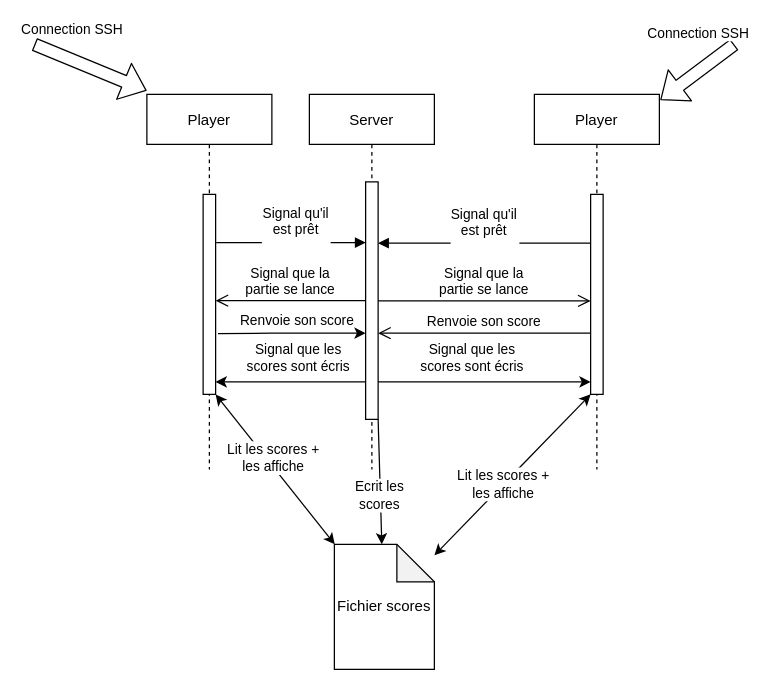
Lafie-rage/PRS_Projet_BrickBreaker_BR keeps this draw.io diagram as Graphe de séquence.drawio. Above is the earlier version. Source tidied: cells renumbered, new cells numbered last; positions are measured from the earlier drawing's top-left corner, leaving out a move shared by most shapes. Both pictures are drawn from the tidied source at 125%, with x=0, y=0 at pixel (34, 44).
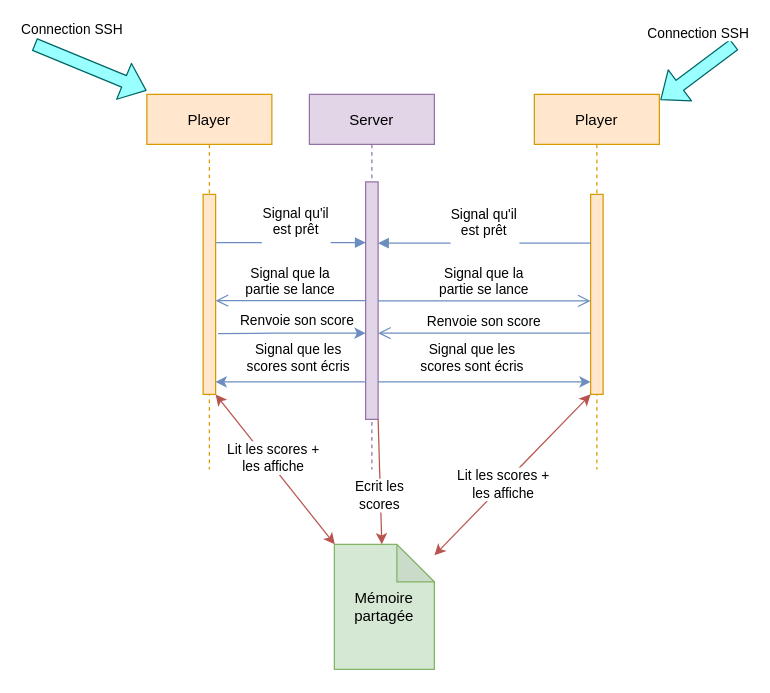
The same page after the edit.

Commit message (it also covers changes not shown here):
Updating sequence diagram & adding a screenshot of it

The edit, as a diff of the source:
```diff
@@
-    <mxCell id="2" value="Server" style="shape=umlLifeline;perimeter=lifelinePerimeter;rounded=0;shadow=0;strokeWidth=1;" parent="1" vertex="1">
+    <mxCell id="2" value="Server" style="shape=umlLifeline;perimeter=lifelinePerimeter;rounded=0;shadow=0;strokeWidth=1;fillColor=#e1d5e7;strokeColor=#9673a6;" parent="1" vertex="1">
       <mxGeometry x="220" y="40" width="100" height="300" as="geometry" />
     </mxCell>
-    <mxCell id="3" style="points=[];perimeter=orthogonalPerimeter;rounded=0;shadow=0;strokeWidth=1;" parent="2" vertex="1">
+    <mxCell id="3" style="points=[];perimeter=orthogonalPerimeter;rounded=0;shadow=0;strokeWidth=1;fillColor=#e1d5e7;strokeColor=#9673a6;" parent="2" vertex="1">
       <mxGeometry x="45" y="70" width="10" height="190" as="geometry" />
     </mxCell>
-    <mxCell id="4" value="Player" style="shape=umlLifeline;perimeter=lifelinePerimeter;rounded=0;shadow=0;strokeWidth=1;" parent="1" vertex="1">
+    <mxCell id="4" value="Player" style="shape=umlLifeline;perimeter=lifelinePerimeter;rounded=0;shadow=0;strokeWidth=1;fillColor=#ffe6cc;strokeColor=#d79b00;" parent="1" vertex="1">
       <mxGeometry x="400" y="40" width="100" height="300" as="geometry" />
     </mxCell>
-    <mxCell id="5" style="points=[];perimeter=orthogonalPerimeter;rounded=0;shadow=0;strokeWidth=1;" parent="4" vertex="1">
+    <mxCell id="5" style="points=[];perimeter=orthogonalPerimeter;rounded=0;shadow=0;strokeWidth=1;fillColor=#ffe6cc;strokeColor=#d79b00;" parent="4" vertex="1">
       <mxGeometry x="45" y="80" width="10" height="160" as="geometry" />
     </mxCell>
-    <mxCell id="6" value="Renvoie son score" style="verticalAlign=bottom;endArrow=open;endSize=8;exitX=0;exitY=0.95;shadow=0;strokeWidth=1;" parent="1" edge="1">
+    <mxCell id="6" value="Renvoie son score" style="verticalAlign=bottom;endArrow=open;endSize=8;exitX=0;exitY=0.95;shadow=0;strokeWidth=1;fillColor=#dae8fc;strokeColor=#6c8ebf;" parent="1" edge="1">
       <mxGeometry relative="1" as="geometry">
         <mxPoint x="445" y="231" as="sourcePoint" />
         <mxPoint x="275" y="231" as="targetPoint" />
       </mxGeometry>
     </mxCell>
-    <mxCell id="7" value="Signal qu'il&#10;est prêt&#10;" style="verticalAlign=bottom;endArrow=block;shadow=0;strokeWidth=1;" parent="1" edge="1">
+    <mxCell id="7" value="Signal qu'il&#10;est prêt&#10;" style="verticalAlign=bottom;endArrow=block;shadow=0;strokeWidth=1;fillColor=#dae8fc;strokeColor=#6c8ebf;" parent="1" edge="1">
       <mxGeometry y="12" relative="1" as="geometry">
         <mxPoint x="445" y="159" as="sourcePoint" />
         <mxPoint x="275" y="159" as="targetPoint" />
       </mxGeometry>
     </mxCell>
-    <mxCell id="8" value="Signal que la&#10;partie se lance" style="verticalAlign=bottom;endArrow=open;endSize=8;exitX=1;exitY=0.664;shadow=0;strokeWidth=1;exitDx=0;exitDy=0;exitPerimeter=0;" parent="1" edge="1">
+    <mxCell id="8" value="Signal que la&#10;partie se lance" style="verticalAlign=bottom;endArrow=open;endSize=8;exitX=1;exitY=0.664;shadow=0;strokeWidth=1;exitDx=0;exitDy=0;exitPerimeter=0;fillColor=#dae8fc;strokeColor=#6c8ebf;" parent="1" edge="1">
       <mxGeometry relative="1" as="geometry">
         <mxPoint x="275" y="205.2" as="sourcePoint" />
         <mxPoint x="445" y="205.2" as="targetPoint" />
       </mxGeometry>
     </mxCell>
-    <mxCell id="9" value="Player" style="shape=umlLifeline;perimeter=lifelinePerimeter;rounded=0;shadow=0;strokeWidth=1;" parent="1" vertex="1">
+    <mxCell id="9" value="Player" style="shape=umlLifeline;perimeter=lifelinePerimeter;rounded=0;shadow=0;strokeWidth=1;fillColor=#ffe6cc;strokeColor=#d79b00;" parent="1" vertex="1">
       <mxGeometry x="90" y="40" width="100" height="300" as="geometry" />
     </mxCell>
-    <mxCell id="10" style="points=[];perimeter=orthogonalPerimeter;rounded=0;shadow=0;strokeWidth=1;" parent="9" vertex="1">
+    <mxCell id="10" style="points=[];perimeter=orthogonalPerimeter;rounded=0;shadow=0;strokeWidth=1;fillColor=#ffe6cc;strokeColor=#d79b00;" parent="9" vertex="1">
       <mxGeometry x="45" y="80" width="10" height="160" as="geometry" />
     </mxCell>
-    <mxCell id="11" value="Fichier scores" style="shape=note;whiteSpace=wrap;html=1;backgroundOutline=1;darkOpacity=0.05;" parent="1" vertex="1">
+    <mxCell id="11" value="Mémoire partagée" style="shape=note;whiteSpace=wrap;html=1;backgroundOutline=1;darkOpacity=0.05;fillColor=#d5e8d4;strokeColor=#82b366;" parent="1" vertex="1">
       <mxGeometry x="240" y="400" width="80" height="100" as="geometry" />
     </mxCell>
-    <mxCell id="12" style="endArrow=classic;html=1;exitX=1.19;exitY=0.952;exitDx=0;exitDy=0;exitPerimeter=0;" parent="1" edge="1">
+    <mxCell id="12" style="endArrow=classic;html=1;exitX=1.19;exitY=0.952;exitDx=0;exitDy=0;exitPerimeter=0;fillColor=#dae8fc;strokeColor=#6c8ebf;" parent="1" edge="1">
       <mxGeometry relative="1" as="geometry">
         <mxPoint x="146.9" y="231.3" as="sourcePoint" />
         <mxPoint x="265" y="231" as="targetPoint" />
         <Array as="points">
           <mxPoint x="200" y="231" />
         </Array>
       </mxGeometry>
     </mxCell>
@@
-    <mxCell id="14" value="Signal qu'il&#10;est prêt&#10;" style="verticalAlign=bottom;endArrow=block;shadow=0;strokeWidth=1;exitX=1.048;exitY=0.241;exitDx=0;exitDy=0;exitPerimeter=0;" parent="1" edge="1" source="10" target="3">
+    <mxCell id="14" value="Signal qu'il&#10;est prêt&#10;" style="verticalAlign=bottom;endArrow=block;shadow=0;strokeWidth=1;exitX=1.048;exitY=0.241;exitDx=0;exitDy=0;exitPerimeter=0;fillColor=#dae8fc;strokeColor=#6c8ebf;" parent="1" edge="1" source="10" target="3">
       <mxGeometry x="0.07" y="-12" relative="1" as="geometry" />
     </mxCell>
-    <mxCell id="15" value="Signal que la&#10;partie se lance" style="verticalAlign=bottom;endArrow=open;endSize=8;shadow=0;strokeWidth=1;" parent="1" edge="1" source="3" target="10">
+    <mxCell id="15" value="Signal que la&#10;partie se lance" style="verticalAlign=bottom;endArrow=open;endSize=8;shadow=0;strokeWidth=1;fillColor=#dae8fc;strokeColor=#6c8ebf;" parent="1" edge="1" source="3" target="10">
       <mxGeometry relative="1" as="geometry" />
     </mxCell>
-    <mxCell id="16" style="endArrow=classic;html=1;" parent="1" edge="1">
+    <mxCell id="16" style="endArrow=classic;html=1;fillColor=#dae8fc;strokeColor=#6c8ebf;" parent="1" edge="1">
       <mxGeometry relative="1" as="geometry">
         <mxPoint x="275" y="270" as="sourcePoint" />
         <mxPoint x="445" y="270" as="targetPoint" />
       </mxGeometry>
     </mxCell>
@@
-    <mxCell id="18" style="endArrow=classic;html=1;" parent="1" edge="1">
+    <mxCell id="18" style="endArrow=classic;html=1;fillColor=#dae8fc;strokeColor=#6c8ebf;" parent="1" edge="1">
       <mxGeometry relative="1" as="geometry">
         <mxPoint x="265" y="270" as="sourcePoint" />
         <mxPoint x="145" y="270" as="targetPoint" />
       </mxGeometry>
     </mxCell>
@@
-    <mxCell id="20" style="endArrow=classic;startArrow=classic;html=1;" parent="1" edge="1" source="11" target="5">
+    <mxCell id="20" style="endArrow=classic;startArrow=classic;html=1;fillColor=#f8cecc;strokeColor=#b85450;" parent="1" edge="1" source="11" target="5">
       <mxGeometry relative="1" as="geometry" />
     </mxCell>
@@
-    <mxCell id="22" style="endArrow=classic;startArrow=classic;html=1;" parent="1" edge="1" source="11" target="10">
+    <mxCell id="22" style="endArrow=classic;startArrow=classic;html=1;fillColor=#f8cecc;strokeColor=#b85450;" parent="1" edge="1" source="11" target="10">
       <mxGeometry relative="1" as="geometry" />
     </mxCell>
@@
-    <mxCell id="24" style="endArrow=classic;html=1;" parent="1" edge="1" source="3" target="11">
+    <mxCell id="24" style="endArrow=classic;html=1;fillColor=#f8cecc;strokeColor=#b85450;" parent="1" edge="1" source="3" target="11">
       <mxGeometry relative="1" as="geometry" />
     </mxCell>
@@
-    <mxCell id="26" style="shape=flexArrow;endArrow=classic;html=1;entryX=-0.002;entryY=-0.01;entryDx=0;entryDy=0;entryPerimeter=0;" parent="1" edge="1" target="9">
+    <mxCell id="26" style="shape=flexArrow;endArrow=classic;html=1;entryX=-0.002;entryY=-0.01;entryDx=0;entryDy=0;entryPerimeter=0;fillColor=#99FFFF;strokeColor=#006666;" parent="1" edge="1" target="9">
       <mxGeometry relative="1" as="geometry">
         <mxPoint as="sourcePoint" />
       </mxGeometry>
     </mxCell>
@@
-    <mxCell id="28" style="shape=flexArrow;endArrow=classic;html=1;entryX=1.008;entryY=0.015;entryDx=0;entryDy=0;entryPerimeter=0;" parent="1" edge="1" target="4">
+    <mxCell id="28" style="shape=flexArrow;endArrow=classic;html=1;entryX=1.008;entryY=0.015;entryDx=0;entryDy=0;entryPerimeter=0;fillColor=#99FFFF;strokeColor=#006666;" parent="1" edge="1" target="4">
       <mxGeometry relative="1" as="geometry">
         <mxPoint x="560" as="sourcePoint" />
       </mxGeometry>
     </mxCell>
```
